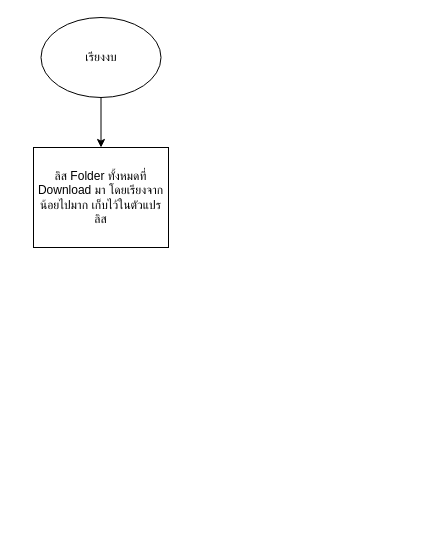
Above: Untitled Diagram.drawio in lumduan/financial-statements-excel (draw.io), before the change. Source tidied: cells renumbered, new cells numbered last; positions are measured from the earlier drawing's top-left corner, leaving out a move shared by most shapes. Both pictures are drawn from the tidied source at 100%, with x=0, y=0 at pixel (33, 17).
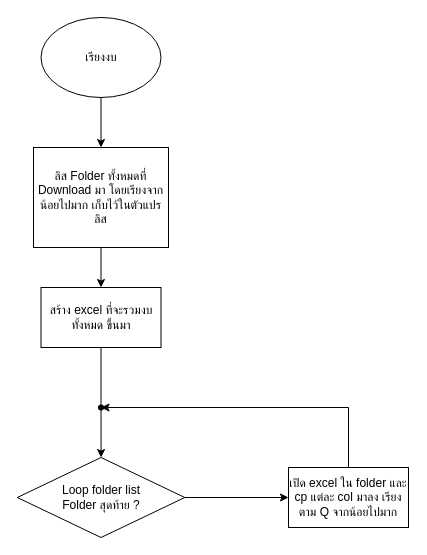
The same page after the edit.

Diff of the diagram source:
```diff
@@
 <mxGraphModel>
   <root>
     <mxCell id="0" />
     <mxCell id="1" parent="0" />
     <mxCell id="2" style="edgeStyle=orthogonalEdgeStyle;rounded=0;jettySize=auto;html=1;" parent="1" edge="1" source="3" target="4">
       <mxGeometry relative="1" as="geometry" />
     </mxCell>
     <mxCell id="3" value="เรียงงบ" style="ellipse;whiteSpace=wrap;html=1;" parent="1" vertex="1">
       <mxGeometry x="7.5" width="120" height="80" as="geometry" />
     </mxCell>
+    <mxCell id="5" style="edgeStyle=orthogonalEdgeStyle;rounded=0;jettySize=auto;html=1;" parent="1" edge="1" source="4" target="11">
+      <mxGeometry relative="1" as="geometry" />
+    </mxCell>
     <mxCell id="4" value="ลิส Folder ทั้งหมดที่ Download มา โดยเรียงจากน้อยไปมาก เก็บไว้ในตัวแปรลิส" style="rounded=0;whiteSpace=wrap;html=1;" parent="1" vertex="1">
       <mxGeometry y="130" width="135" height="100" as="geometry" />
     </mxCell>
+    <mxCell id="6" style="edgeStyle=orthogonalEdgeStyle;rounded=0;jettySize=auto;html=1;" parent="1" edge="1" source="7" target="9">
+      <mxGeometry relative="1" as="geometry" />
+    </mxCell>
+    <mxCell id="7" value="Loop folder list&lt;br&gt;Folder สุดท้าย ?" style="rhombus;whiteSpace=wrap;html=1;" parent="1" vertex="1">
+      <mxGeometry x="-16.2" y="440" width="167.5" height="80" as="geometry" />
+    </mxCell>
+    <mxCell id="8" style="edgeStyle=orthogonalEdgeStyle;rounded=0;jettySize=auto;html=1;entryX=0.975;entryY=0.5;entryDx=0;entryDy=0;entryPerimeter=0;" parent="1" edge="1" source="9" target="12">
+      <mxGeometry relative="1" as="geometry">
+        <Array as="points">
+          <mxPoint x="315" y="390" />
+        </Array>
+      </mxGeometry>
+    </mxCell>
+    <mxCell id="9" value="เปิด excel ใน folder และ cp แต่ละ col มาลง เรียงตาม Q จากน้อยไปมาก" style="whiteSpace=wrap;html=1;" parent="1" vertex="1">
+      <mxGeometry x="255" y="450" width="120" height="60" as="geometry" />
+    </mxCell>
+    <mxCell id="10" style="edgeStyle=orthogonalEdgeStyle;rounded=0;jettySize=auto;html=1;" parent="1" edge="1" source="11" target="7">
+      <mxGeometry relative="1" as="geometry" />
+    </mxCell>
+    <mxCell id="11" value="สร้าง excel ที่จะรวมงบทั้งหมด ขึ้นมา" style="whiteSpace=wrap;html=1;rounded=0;" parent="1" vertex="1">
+      <mxGeometry x="7.5" y="270" width="120" height="60" as="geometry" />
+    </mxCell>
+    <mxCell id="12" style="shape=waypoint;sketch=0;size=6;points=[];fillColor=default;perimeter=centerPerimeter;snapToPoint=1;" parent="1" vertex="1">
+      <mxGeometry x="57.5" y="380" width="20" height="20" as="geometry" />
+    </mxCell>
   </root>
 </mxGraphModel>
```
